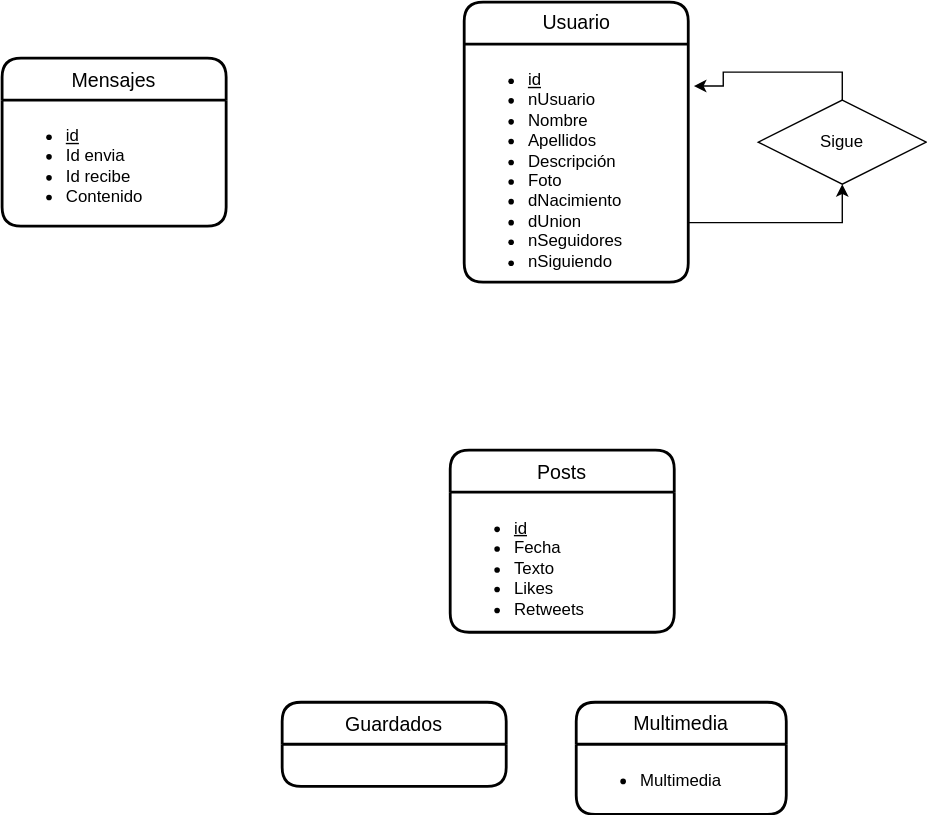
Above: UD12-16.svg in Jimxx22/C3-UD11-UML (draw.io), before the change. Source tidied: cells renumbered, new cells last; positions are measured from the earlier drawing's top-left corner, leaving out a move shared by most shapes.
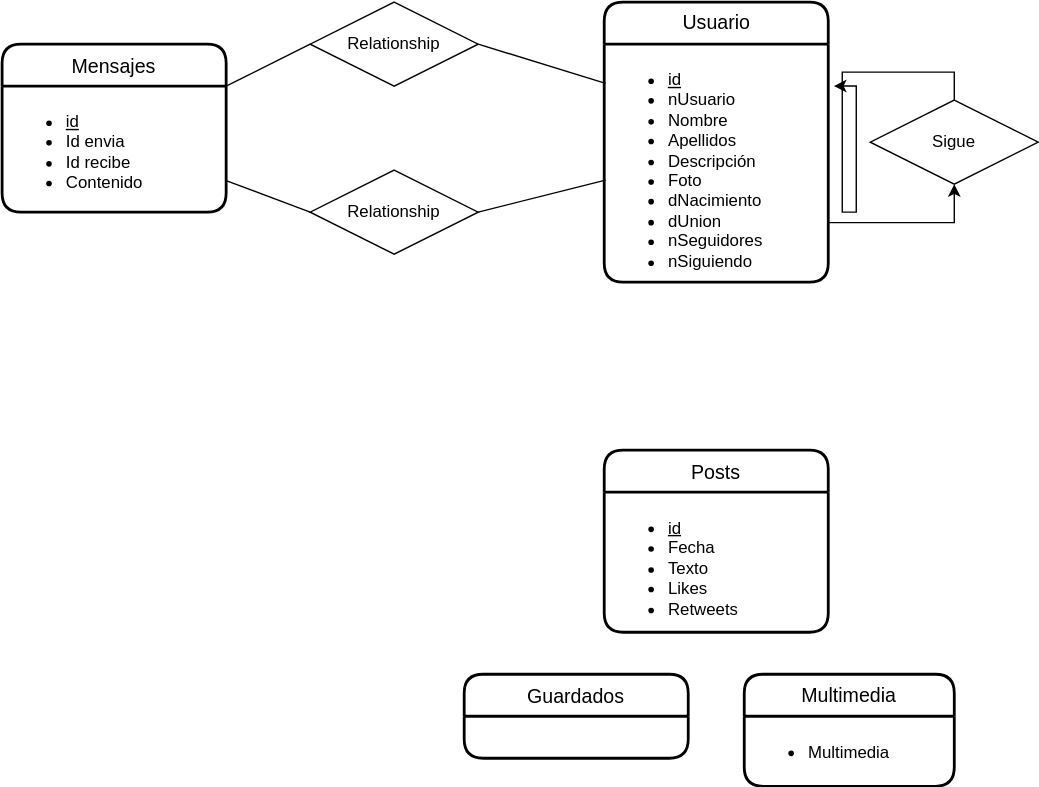
Later version of the same file.

What changed in the source:
```diff
@@ -3,40 +3,58 @@
     <mxCell id="0" />
     <mxCell id="1" parent="0" />
     <mxCell id="2" value="Usuario" style="swimlane;horizontal=1;startSize=30;rounded=1;fontSize=14;fontStyle=0;strokeWidth=2;shadow=0;dashed=0;align=center;labelBackgroundColor=none;html=1;" parent="1" vertex="1">
-      <mxGeometry x="330" width="160" height="200" as="geometry" />
+      <mxGeometry x="350" width="160" height="200" as="geometry" />
     </mxCell>
     <mxCell id="3" value="&lt;ul&gt;&lt;li&gt;&lt;u&gt;id&lt;/u&gt;&lt;/li&gt;&lt;li&gt;nUsuario&lt;/li&gt;&lt;li&gt;Nombre&lt;/li&gt;&lt;li&gt;Apellidos&lt;/li&gt;&lt;li&gt;Descripción&lt;/li&gt;&lt;li&gt;Foto&lt;/li&gt;&lt;li&gt;dNacimiento&lt;/li&gt;&lt;li&gt;dUnion&lt;/li&gt;&lt;li&gt;nSeguidores&lt;/li&gt;&lt;li&gt;nSiguiendo&lt;/li&gt;&lt;/ul&gt;" style="align=left;strokeColor=none;fillColor=none;spacingLeft=4;fontSize=12;verticalAlign=top;labelBackgroundColor=none;html=1;" parent="2" vertex="1">
       <mxGeometry y="30" width="160" height="170" as="geometry" />
     </mxCell>
     <mxCell id="4" value="Posts" style="swimlane;horizontal=1;startSize=30;rounded=1;fontSize=14;fontStyle=0;strokeWidth=2;shadow=0;dashed=0;align=center;" parent="1" vertex="1">
-      <mxGeometry x="320" y="320" width="160" height="130" as="geometry" />
+      <mxGeometry x="350" y="320" width="160" height="130" as="geometry" />
     </mxCell>
     <mxCell id="5" value="&lt;ul&gt;&lt;li&gt;&lt;u&gt;id&lt;/u&gt;&lt;/li&gt;&lt;li&gt;Fecha&lt;/li&gt;&lt;li&gt;Texto&lt;/li&gt;&lt;li&gt;Likes&lt;/li&gt;&lt;li&gt;Retweets&lt;/li&gt;&lt;/ul&gt;" style="align=left;strokeColor=none;fillColor=none;spacingLeft=4;fontSize=12;verticalAlign=top;html=1;" parent="4" vertex="1">
       <mxGeometry y="30" width="160" height="100" as="geometry" />
     </mxCell>
     <mxCell id="6" value="Mensajes" style="swimlane;horizontal=1;startSize=30;rounded=1;fontSize=14;fontStyle=0;strokeWidth=2;shadow=0;dashed=0;align=center;" parent="1" vertex="1">
-      <mxGeometry y="40" width="160" height="120" as="geometry" />
+      <mxGeometry x="-80" y="30" width="160" height="120" as="geometry" />
     </mxCell>
     <mxCell id="7" value="&lt;ul&gt;&lt;li&gt;&lt;u&gt;id&lt;/u&gt;&lt;/li&gt;&lt;li&gt;Id envia&lt;/li&gt;&lt;li&gt;Id recibe&lt;/li&gt;&lt;li&gt;Contenido&lt;/li&gt;&lt;/ul&gt;" style="align=left;strokeColor=none;fillColor=none;spacingLeft=4;fontSize=12;verticalAlign=top;html=1;" parent="6" vertex="1">
       <mxGeometry y="30" width="160" height="90" as="geometry" />
     </mxCell>
     <mxCell id="8" value="Guardados" style="swimlane;horizontal=1;startSize=30;rounded=1;fontSize=14;fontStyle=0;strokeWidth=2;shadow=0;dashed=0;align=center;" parent="1" vertex="1">
-      <mxGeometry x="200" y="500" width="160" height="60" as="geometry" />
+      <mxGeometry x="250" y="480" width="160" height="60" as="geometry" />
     </mxCell>
     <mxCell id="9" value="Multimedia" style="swimlane;horizontal=1;startSize=30;rounded=1;fontSize=14;fontStyle=0;strokeWidth=2;shadow=0;dashed=0;align=center;verticalAlign=top;" parent="1" vertex="1">
-      <mxGeometry x="410" y="500" width="150" height="80" as="geometry" />
+      <mxGeometry x="450" y="480" width="150" height="80" as="geometry" />
     </mxCell>
     <mxCell id="10" value="&lt;ul&gt;&lt;li&gt;Multimedia&lt;/li&gt;&lt;/ul&gt;" style="align=left;strokeColor=none;fillColor=none;spacingLeft=4;fontSize=12;verticalAlign=top;html=1;" parent="9" vertex="1">
       <mxGeometry y="30" width="150" height="50" as="geometry" />
     </mxCell>
+    <mxCell id="14" style="endArrow=none;html=1;rounded=0;labelBackgroundColor=none;entryX=0;entryY=0.5;entryDx=0;entryDy=0;exitX=1;exitY=0.75;exitDx=0;exitDy=0;" parent="1" edge="1" source="7" target="15">
+      <mxGeometry relative="1" as="geometry" />
+    </mxCell>
     <mxCell id="11" style="edgeStyle=orthogonalEdgeStyle;rounded=0;jettySize=auto;html=1;exitX=0.5;exitY=0;exitDx=0;exitDy=0;entryX=1.025;entryY=0.176;entryDx=0;entryDy=0;entryPerimeter=0;" parent="1" edge="1" source="12" target="3">
       <mxGeometry relative="1" as="geometry" />
     </mxCell>
+    <mxCell id="15" value="Relationship" style="shape=rhombus;perimeter=rhombusPerimeter;whiteSpace=wrap;html=1;align=center;labelBackgroundColor=none;" parent="1" vertex="1">
+      <mxGeometry x="140" y="120" width="120" height="60" as="geometry" />
+    </mxCell>
     <mxCell id="12" value="Sigue" style="shape=rhombus;perimeter=rhombusPerimeter;whiteSpace=wrap;html=1;align=center;" parent="1" vertex="1">
       <mxGeometry x="540" y="70" width="120" height="60" as="geometry" />
     </mxCell>
+    <mxCell id="16" value="Relationship" style="shape=rhombus;perimeter=rhombusPerimeter;whiteSpace=wrap;html=1;align=center;labelBackgroundColor=none;" parent="1" vertex="1">
+      <mxGeometry x="140" width="120" height="60" as="geometry" />
+    </mxCell>
     <mxCell id="13" style="edgeStyle=orthogonalEdgeStyle;rounded=0;jettySize=auto;html=1;exitX=1;exitY=0.75;exitDx=0;exitDy=0;entryX=0.5;entryY=1;entryDx=0;entryDy=0;" parent="1" edge="1" source="3" target="12">
       <mxGeometry relative="1" as="geometry" />
     </mxCell>
+    <mxCell id="17" style="endArrow=none;html=1;rounded=0;labelBackgroundColor=none;entryX=0;entryY=0.5;entryDx=0;entryDy=0;exitX=1;exitY=0;exitDx=0;exitDy=0;" parent="1" edge="1" source="7" target="16">
+      <mxGeometry relative="1" as="geometry" />
+    </mxCell>
+    <mxCell id="18" style="endArrow=none;html=1;rounded=0;labelBackgroundColor=none;entryX=0.006;entryY=0.571;entryDx=0;entryDy=0;exitX=1;exitY=0.5;exitDx=0;exitDy=0;entryPerimeter=0;" parent="1" edge="1" source="15" target="3">
+      <mxGeometry relative="1" as="geometry" />
+    </mxCell>
+    <mxCell id="19" style="endArrow=none;html=1;rounded=0;labelBackgroundColor=none;entryX=0.006;entryY=0.165;entryDx=0;entryDy=0;exitX=1;exitY=0.5;exitDx=0;exitDy=0;entryPerimeter=0;" parent="1" edge="1" source="16" target="3">
+      <mxGeometry relative="1" as="geometry" />
+    </mxCell>
   </root>
 </mxGraphModel>
```
